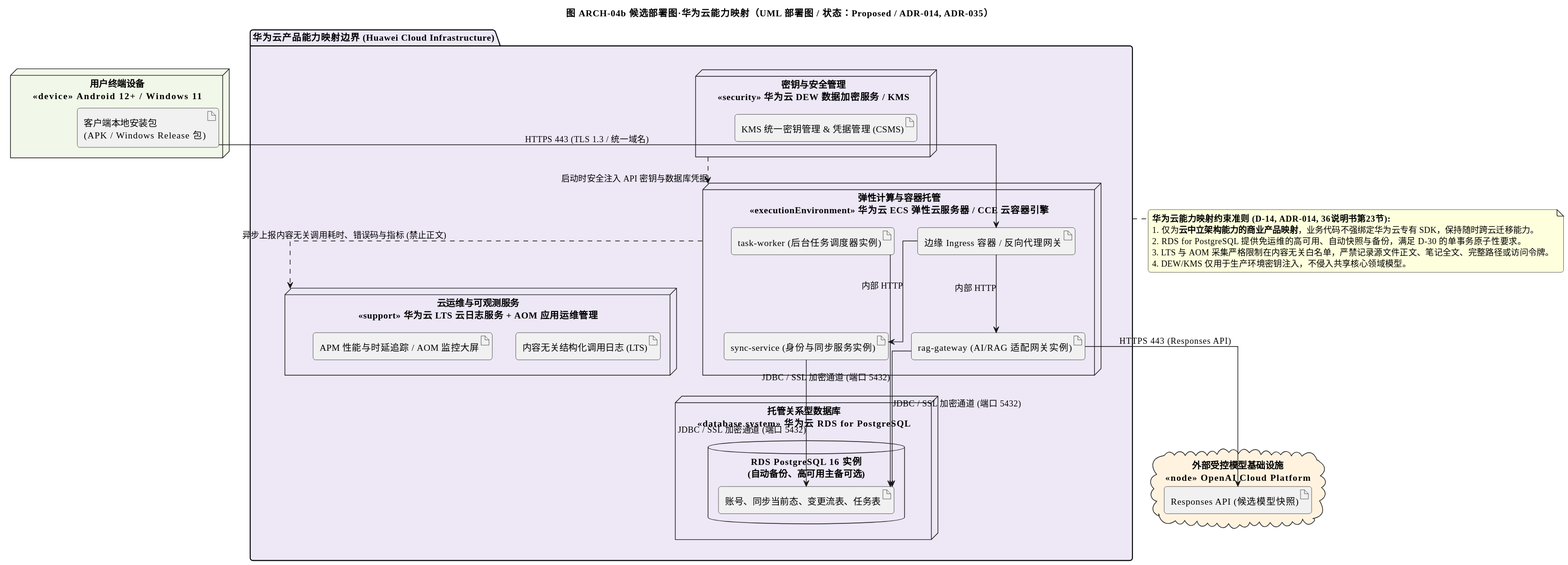
Before: docs/架构设计/阶段成果-V0.4-双端需求补充/41-架构视图与图件交付包-V1.0/导出图-SVG/ARCH-04b-候选部署图-华为云能力映射.svg, a diagram exported from PlantUML (Aut-172/Intelligent-Reader).
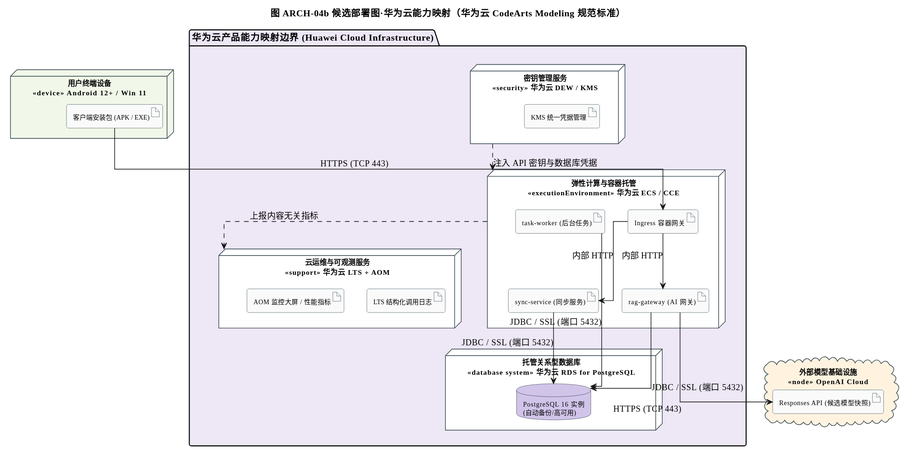
The same file after the commit.

The edit, as a diff of the source:
```diff
@@ -1,61 +1,77 @@
 @startuml
-title 图 ARCH-04b 候选部署图·华为云能力映射（UML 部署图 / 状态：Proposed / ADR-014, ADR-035）
+title 图 ARCH-04b 候选部署图·华为云能力映射（华为云 CodeArts Modeling 规范标准）
 skinparam shadowing false
 skinparam defaultFontName Microsoft YaHei
-skinparam roundCorner 8
+skinparam roundCorner 6
 skinparam linetype ortho
 
-node "用户终端设备\n<<device>> Android 12+ / Windows 11" as Node_Clients #F1F8E9 {
-    artifact "客户端本地安装包\n(APK / Windows Release 包)" as Client_Artifacts
+skinparam node {
+  BackgroundColor #FFFFFF
+  BorderColor #37474F
+  FontSize 11
+  ArrowColor #1565C0
+  ArrowThickness 1.2
+}
+
+skinparam artifact {
+  BackgroundColor #FAFAFA
+  BorderColor #455A64
+  FontSize 10
+}
+
+skinparam database {
+  BackgroundColor #FFFFFF
+  BorderColor #37474F
+  FontSize 10
+}
+
+skinparam cloud {
+  BackgroundColor #FFFFFF
+  BorderColor #37474F
+  FontSize 11
+}
+
+node "用户终端设备\n<<device>> Android 12+ / Win 11" as Node_Clients #F1F8E9 {
+  artifact "客户端安装包 (APK / EXE)" as Client_Artifacts
 }
 
 package "华为云产品能力映射边界 (Huawei Cloud Infrastructure)" as HuaweiCloud #EDE7F6 {
 
-    node "弹性计算与容器托管\n<<executionEnvironment>> 华为云 ECS 弹性云服务器 / CCE 云容器引擎" as HW_Compute {
-        artifact "边缘 Ingress 容器 / 反向代理网关" as HW_Ingress
-        artifact "sync-service (身份与同步服务实例)" as HW_Sync
-        artifact "rag-gateway (AI/RAG 适配网关实例)" as HW_AI
-        artifact "task-worker (后台任务调度器实例)" as HW_Worker
+  node "弹性计算与容器托管\n<<executionEnvironment>> 华为云 ECS / CCE" as HW_Compute {
+    artifact "Ingress 容器网关" as HW_Ingress
+    artifact "sync-service (同步服务)" as HW_Sync
+    artifact "rag-gateway (AI 网关)" as HW_AI
+    artifact "task-worker (后台任务)" as HW_Worker
 
-        HW_Ingress --> HW_Sync : 内部 HTTP
-        HW_Ingress --> HW_AI : 内部 HTTP
-    }
+    HW_Ingress --> HW_Sync : 内部 HTTP
+    HW_Ingress --> HW_AI : 内部 HTTP
+  }
 
-    node "托管关系型数据库\n<<database system>> 华为云 RDS for PostgreSQL" as HW_RDS {
-        database "RDS PostgreSQL 16 实例\n(自动备份、高可用主备可选)" as HW_PG_DB {
-            artifact "账号、同步当前态、变更流表、任务表" as HW_DB_Data
-        }
-    }
+  node "托管关系型数据库\n<<database system>> 华为云 RDS for PostgreSQL" as HW_RDS {
+    database "PostgreSQL 16 实例\n(自动备份/高可用)" as HW_PG_DB #D1C4E9
+  }
 
-    node "云运维与可观测服务\n<<support>> 华为云 LTS 云日志服务 + AOM 应用运维管理" as HW_Obs {
-        artifact "内容无关结构化调用日志 (LTS)" as HW_LTS
-        artifact "APM 性能与时延追踪 / AOM 监控大屏" as HW_AOM
-    }
+  node "云运维与可观测服务\n<<support>> 华为云 LTS + AOM" as HW_Obs {
+    artifact "LTS 结构化调用日志" as HW_LTS
+    artifact "AOM 监控大屏 / 性能指标" as HW_AOM
+  }
 
-    node "密钥与安全管理\n<<security>> 华为云 DEW 数据加密服务 / KMS" as HW_Security {
-        artifact "KMS 统一密钥管理 & 凭据管理 (CSMS)" as HW_KMS
-    }
+  node "密钥管理服务\n<<security>> 华为云 DEW / KMS" as HW_Security {
+    artifact "KMS 统一凭据管理" as HW_KMS
+  }
 
-    HW_Sync --> HW_DB_Data : JDBC / SSL 加密通道 (端口 5432)
-    HW_AI --> HW_DB_Data : JDBC / SSL 加密通道 (端口 5432)
-    HW_Worker --> HW_DB_Data : JDBC / SSL 加密通道 (端口 5432)
+  HW_Sync --> HW_PG_DB : JDBC / SSL (端口 5432)
+  HW_AI --> HW_PG_DB : JDBC / SSL (端口 5432)
+  HW_Worker --> HW_PG_DB : JDBC / SSL (端口 5432)
 
-    HW_Security ..> HW_Compute : 启动时安全注入 API 密钥与数据库凭据
-    HW_Compute ..> HW_Obs : 异步上报内容无关调用耗时、错误码与指标 (禁止正文)
+  HW_Security ..> HW_Compute : 注入 API 密钥与数据库凭据
+  HW_Compute ..> HW_Obs : 上报内容无关指标
 }
 
-cloud "外部受控模型基础设施\n<<node>> OpenAI Cloud Platform" as OpenAI_Cloud #FFF3E0 {
-    artifact "Responses API (候选模型快照)" as Ext_API
+cloud "外部模型基础设施\n<<node>> OpenAI Cloud" as OpenAI_Cloud #FFF3E0 {
+  artifact "Responses API (候选模型快照)" as Ext_API
 }
 
-Client_Artifacts --> HW_Ingress : HTTPS 443 (TLS 1.3 / 统一域名)
-HW_AI --> Ext_API : HTTPS 443 (Responses API)
-
-note bottom of HuaweiCloud
-  **华为云能力映射约束准则 (D-14, ADR-014, 36说明书第23节):**
-  1. 仅为**云中立架构能力的商业产品映射**，业务代码不强绑定华为云专有 SDK，保持随时跨云迁移能力。
-  2. RDS for PostgreSQL 提供免运维的高可用、自动快照与备份，满足 D-30 的单事务原子性要求。
-  3. LTS 与 AOM 采集严格限制在内容无关白名单，严禁记录源文件正文、笔记全文、完整路径或访问令牌。
-  4. DEW/KMS 仅用于生产环境密钥注入，不侵入共享核心领域模型。
-end note
+Client_Artifacts --> HW_Ingress : HTTPS (TCP 443)
+HW_AI --> Ext_API : HTTPS (TCP 443)
 @enduml
```
